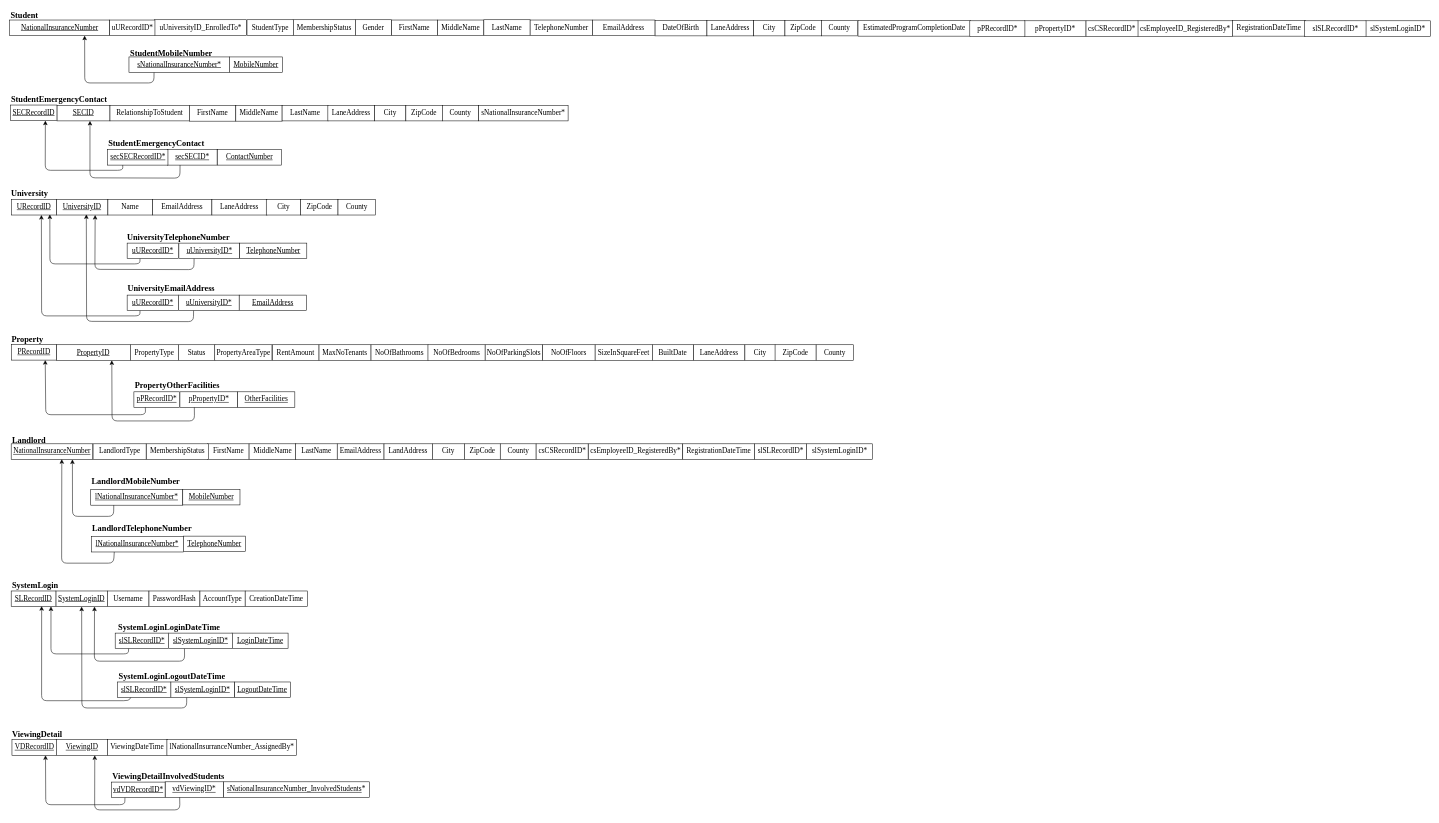
Above: DOCUMENTATION/4.Data Normalization/1NF/1NF_V7.drawio in LRANUL/UOP_SE_Y2S1-ISAD253SL_DATABASES (draw.io), before the change. Source tidied: cells renumbered, new cells numbered last; positions are measured from the earlier drawing's top-left corner, leaving out a move shared by most shapes. Both pictures are drawn from the tidied source at 52%, with x=0, y=0 at pixel (9, 9).
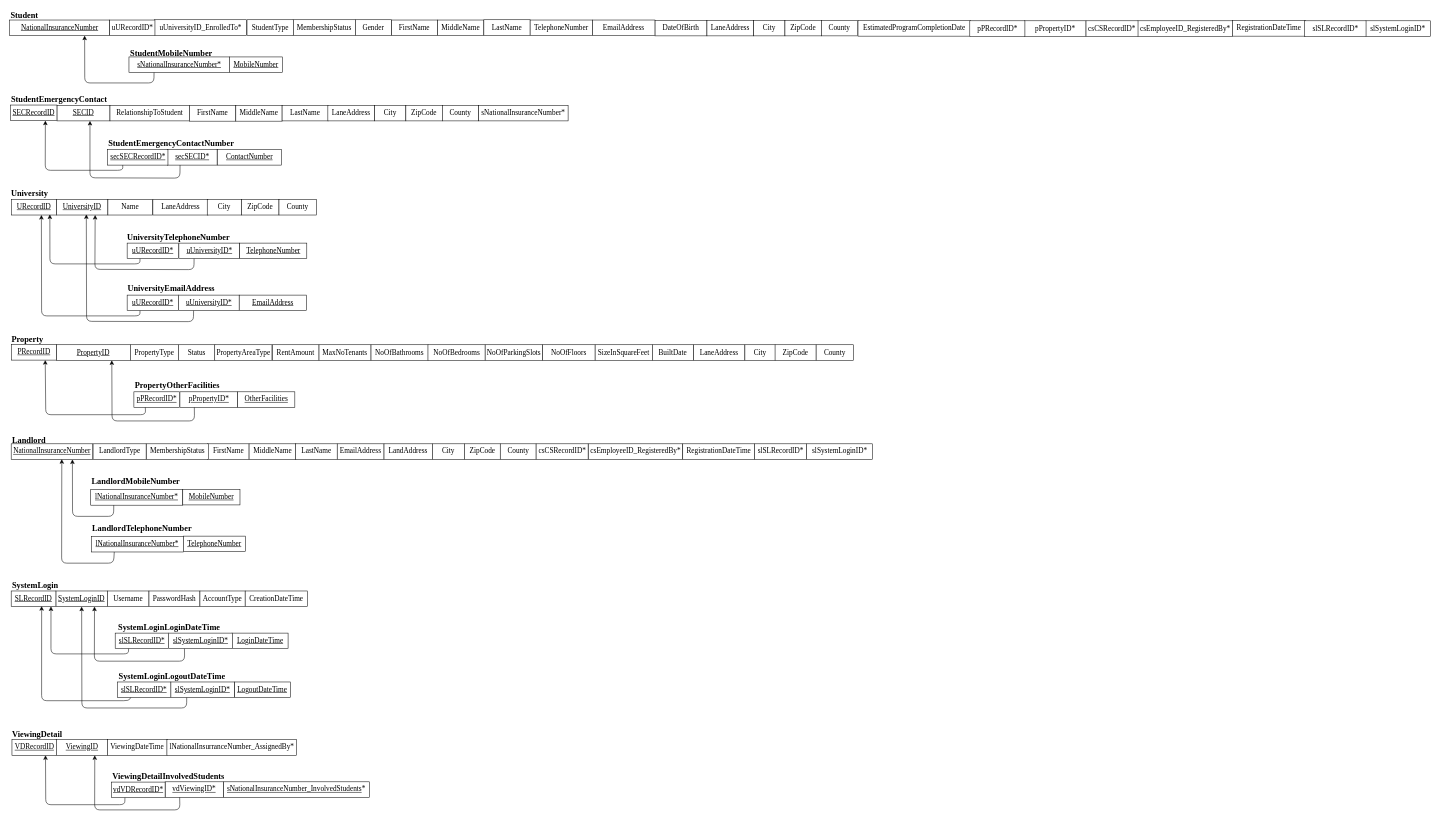
The same diagram, later.

The edit, as a diff of the source:
```diff
@@
-    <mxCell id="28" value="EmailAddress" style="rounded=0;whiteSpace=wrap;html=1;fontSize=14;fontFamily=Times New Roman;" parent="1" vertex="1">
-      <mxGeometry x="275" y="366" width="114" height="30" as="geometry" />
-    </mxCell>
     <mxCell id="29" value="LaneAddress" style="rounded=0;whiteSpace=wrap;html=1;fontSize=14;fontFamily=Times New Roman;" parent="1" vertex="1">
-      <mxGeometry x="389" y="366" width="106" height="30" as="geometry" />
+      <mxGeometry x="275.5" y="366" width="106" height="30" as="geometry" />
     </mxCell>
     <mxCell id="30" value="City" style="rounded=0;whiteSpace=wrap;html=1;fontSize=14;fontFamily=Times New Roman;" parent="1" vertex="1">
-      <mxGeometry x="493.5" y="366" width="66" height="30" as="geometry" />
+      <mxGeometry x="380" y="366" width="66" height="30" as="geometry" />
     </mxCell>
     <mxCell id="31" value="ZipCode" style="rounded=0;whiteSpace=wrap;html=1;fontSize=14;fontFamily=Times New Roman;" parent="1" vertex="1">
-      <mxGeometry x="559.5" y="366" width="72" height="30" as="geometry" />
+      <mxGeometry x="446" y="366" width="72" height="30" as="geometry" />
     </mxCell>
     <mxCell id="32" value="County" style="rounded=0;whiteSpace=wrap;html=1;fontSize=14;fontFamily=Times New Roman;" parent="1" vertex="1">
-      <mxGeometry x="631.5" y="366" width="72" height="30" as="geometry" />
+      <mxGeometry x="518" y="366" width="72" height="30" as="geometry" />
     </mxCell>
@@
-    <mxCell id="118" value="&lt;font face=&quot;Times New Roman&quot;&gt;StudentEmergencyContact&lt;/font&gt;" style="text;html=1;align=left;verticalAlign=top;spacingTop=-4;fontSize=16;fontStyle=1;" parent="1" vertex="1">
-      <mxGeometry x="188" y="244.5" width="190" height="20" as="geometry" />
+    <mxCell id="118" value="&lt;font face=&quot;Times New Roman&quot;&gt;StudentEmergencyContactNumber&lt;/font&gt;" style="text;html=1;align=left;verticalAlign=top;spacingTop=-4;fontSize=16;fontStyle=1;" parent="1" vertex="1">
+      <mxGeometry x="188" y="244.5" width="240" height="20" as="geometry" />
     </mxCell>
```
